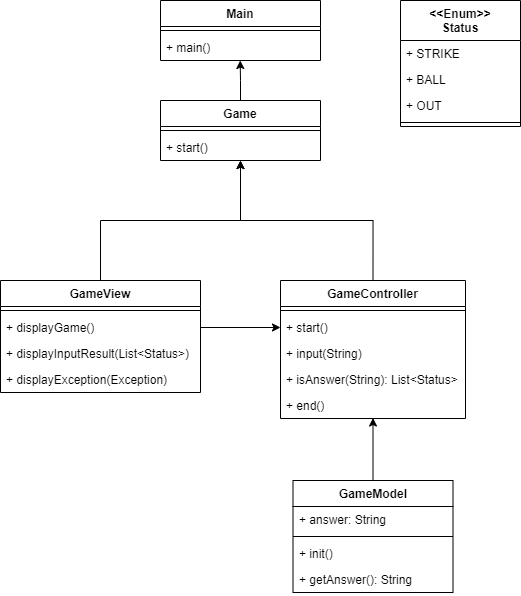
Hae-Dal/NumberBaseball keeps this draw.io diagram as read_me_img/lv1_class_diagram.png. Above is the earlier version. Source tidied: cells renumbered, new cells last; positions are measured from the earlier drawing's top-left corner, leaving out a move shared by most shapes. The source it was exported from:
```xml
<mxGraphModel>
  <root>
    <mxCell id="0" />
    <mxCell id="1" parent="0" />
    <mxCell id="2" value="Main" style="swimlane;fontStyle=1;align=center;verticalAlign=top;horizontal=1;startSize=26;whiteSpace=wrap;html=1;" parent="1" vertex="1">
      <mxGeometry x="160" width="160" height="60" as="geometry" />
    </mxCell>
    <mxCell id="3" style="line;strokeWidth=1;fillColor=none;align=left;verticalAlign=middle;spacingTop=-1;spacingLeft=3;spacingRight=3;labelPosition=right;strokeColor=inherit;" parent="2" vertex="1">
      <mxGeometry y="26" width="160" height="8" as="geometry" />
    </mxCell>
    <mxCell id="4" value="+ main()" style="text;strokeColor=none;fillColor=none;align=left;verticalAlign=top;spacingLeft=4;spacingRight=4;overflow=hidden;points=[[0,0.5],[1,0.5]];portConstraint=eastwest;whiteSpace=wrap;html=1;" parent="2" vertex="1">
      <mxGeometry y="34" width="160" height="26" as="geometry" />
    </mxCell>
    <mxCell id="5" value="Game" style="swimlane;fontStyle=1;align=center;verticalAlign=top;horizontal=1;startSize=26;whiteSpace=wrap;html=1;" parent="1" vertex="1">
      <mxGeometry x="160" y="100" width="160" height="60" as="geometry" />
    </mxCell>
    <mxCell id="6" style="line;strokeWidth=1;fillColor=none;align=left;verticalAlign=middle;spacingTop=-1;spacingLeft=3;spacingRight=3;labelPosition=right;strokeColor=inherit;" parent="5" vertex="1">
      <mxGeometry y="26" width="160" height="8" as="geometry" />
    </mxCell>
    <mxCell id="7" value="+ start()" style="text;strokeColor=none;fillColor=none;align=left;verticalAlign=top;spacingLeft=4;spacingRight=4;overflow=hidden;points=[[0,0.5],[1,0.5]];portConstraint=eastwest;whiteSpace=wrap;html=1;" parent="5" vertex="1">
      <mxGeometry y="34" width="160" height="26" as="geometry" />
    </mxCell>
    <mxCell id="8" style="edgeStyle=orthogonalEdgeStyle;rounded=0;jettySize=auto;html=1;entryX=0;entryY=0.5;entryDx=0;entryDy=0;exitX=1;exitY=0.5;exitDx=0;exitDy=0;" parent="1" edge="1" source="11" target="21">
      <mxGeometry relative="1" as="geometry" />
    </mxCell>
    <mxCell id="9" value="GameView" style="swimlane;fontStyle=1;align=center;verticalAlign=top;horizontal=1;startSize=26;whiteSpace=wrap;html=1;" parent="1" vertex="1">
      <mxGeometry y="280" width="200" height="112" as="geometry" />
    </mxCell>
    <mxCell id="10" style="line;strokeWidth=1;fillColor=none;align=left;verticalAlign=middle;spacingTop=-1;spacingLeft=3;spacingRight=3;labelPosition=right;strokeColor=inherit;" parent="9" vertex="1">
      <mxGeometry y="26" width="200" height="8" as="geometry" />
    </mxCell>
    <mxCell id="11" value="+ displayGame()" style="text;strokeColor=none;fillColor=none;align=left;verticalAlign=top;spacingLeft=4;spacingRight=4;overflow=hidden;points=[[0,0.5],[1,0.5]];portConstraint=eastwest;whiteSpace=wrap;html=1;" parent="9" vertex="1">
      <mxGeometry y="34" width="200" height="26" as="geometry" />
    </mxCell>
    <mxCell id="12" value="+ displayInputResult(List&amp;lt;Status&amp;gt;)" style="text;strokeColor=none;fillColor=none;align=left;verticalAlign=top;spacingLeft=4;spacingRight=4;overflow=hidden;whiteSpace=wrap;html=1;" parent="9" vertex="1">
      <mxGeometry y="60" width="200" height="26" as="geometry" />
    </mxCell>
    <mxCell id="13" value="+ displayException(Exception)" style="text;strokeColor=none;fillColor=none;align=left;verticalAlign=top;spacingLeft=4;spacingRight=4;overflow=hidden;whiteSpace=wrap;html=1;" parent="9" vertex="1">
      <mxGeometry y="86" width="200" height="26" as="geometry" />
    </mxCell>
    <mxCell id="14" value="GameModel" style="swimlane;fontStyle=1;align=center;verticalAlign=top;horizontal=1;startSize=26;whiteSpace=wrap;html=1;" parent="1" vertex="1">
      <mxGeometry x="292.5" y="480" width="160" height="112" as="geometry" />
    </mxCell>
    <mxCell id="15" value="+ answer: String" style="text;strokeColor=none;fillColor=none;align=left;verticalAlign=top;spacingLeft=4;spacingRight=4;overflow=hidden;whiteSpace=wrap;html=1;" parent="14" vertex="1">
      <mxGeometry y="26" width="160" height="26" as="geometry" />
    </mxCell>
    <mxCell id="16" style="line;strokeWidth=1;fillColor=none;align=left;verticalAlign=middle;spacingTop=-1;spacingLeft=3;spacingRight=3;labelPosition=right;strokeColor=inherit;" parent="14" vertex="1">
      <mxGeometry y="52" width="160" height="8" as="geometry" />
    </mxCell>
    <mxCell id="17" value="+ init()" style="text;strokeColor=none;fillColor=none;align=left;verticalAlign=top;spacingLeft=4;spacingRight=4;overflow=hidden;whiteSpace=wrap;html=1;" parent="14" vertex="1">
      <mxGeometry y="60" width="160" height="26" as="geometry" />
    </mxCell>
    <mxCell id="18" value="+ getAnswer(): String" style="text;strokeColor=none;fillColor=none;align=left;verticalAlign=top;spacingLeft=4;spacingRight=4;overflow=hidden;whiteSpace=wrap;html=1;" parent="14" vertex="1">
      <mxGeometry y="86" width="160" height="26" as="geometry" />
    </mxCell>
    <mxCell id="19" value="GameController" style="swimlane;fontStyle=1;align=center;verticalAlign=top;horizontal=1;startSize=26;whiteSpace=wrap;html=1;" parent="1" vertex="1">
      <mxGeometry x="280" y="280" width="185" height="138" as="geometry" />
    </mxCell>
    <mxCell id="20" style="line;strokeWidth=1;fillColor=none;align=left;verticalAlign=middle;spacingTop=-1;spacingLeft=3;spacingRight=3;labelPosition=right;strokeColor=inherit;" parent="19" vertex="1">
      <mxGeometry y="26" width="185" height="8" as="geometry" />
    </mxCell>
    <mxCell id="21" value="+ start()" style="text;strokeColor=none;fillColor=none;align=left;verticalAlign=top;spacingLeft=4;spacingRight=4;overflow=hidden;points=[[0,0.5],[1,0.5]];portConstraint=eastwest;whiteSpace=wrap;html=1;" parent="19" vertex="1">
      <mxGeometry y="34" width="185" height="26" as="geometry" />
    </mxCell>
    <mxCell id="22" value="+ input(String)" style="text;strokeColor=none;fillColor=none;align=left;verticalAlign=top;spacingLeft=4;spacingRight=4;overflow=hidden;whiteSpace=wrap;html=1;" parent="19" vertex="1">
      <mxGeometry y="60" width="185" height="26" as="geometry" />
    </mxCell>
    <mxCell id="23" value="+ isAnswer(String): List&amp;lt;Status&amp;gt;" style="text;strokeColor=none;fillColor=none;align=left;verticalAlign=top;spacingLeft=4;spacingRight=4;overflow=hidden;whiteSpace=wrap;html=1;" parent="19" vertex="1">
      <mxGeometry y="86" width="185" height="26" as="geometry" />
    </mxCell>
    <mxCell id="24" value="+ end()" style="text;strokeColor=none;fillColor=none;align=left;verticalAlign=top;spacingLeft=4;spacingRight=4;overflow=hidden;points=[[0,0.5],[1,0.5]];portConstraint=eastwest;whiteSpace=wrap;html=1;" parent="19" vertex="1">
      <mxGeometry y="112" width="185" height="26" as="geometry" />
    </mxCell>
    <mxCell id="25" value="&amp;lt;&amp;lt;Enum&amp;gt;&amp;gt;&lt;div&gt;Status&lt;/div&gt;" style="swimlane;fontStyle=1;align=center;verticalAlign=top;horizontal=1;startSize=40;whiteSpace=wrap;html=1;" parent="1" vertex="1">
      <mxGeometry x="400" width="120" height="126" as="geometry" />
    </mxCell>
    <mxCell id="26" value="+ STRIKE" style="text;strokeColor=none;fillColor=none;align=left;verticalAlign=top;spacingLeft=4;spacingRight=4;overflow=hidden;whiteSpace=wrap;html=1;" parent="25" vertex="1">
      <mxGeometry y="40" width="120" height="26" as="geometry" />
    </mxCell>
    <mxCell id="27" value="+ BALL" style="text;strokeColor=none;fillColor=none;align=left;verticalAlign=top;spacingLeft=4;spacingRight=4;overflow=hidden;whiteSpace=wrap;html=1;" parent="25" vertex="1">
      <mxGeometry y="66" width="120" height="26" as="geometry" />
    </mxCell>
    <mxCell id="28" value="+ OUT" style="text;strokeColor=none;fillColor=none;align=left;verticalAlign=top;spacingLeft=4;spacingRight=4;overflow=hidden;whiteSpace=wrap;html=1;" parent="25" vertex="1">
      <mxGeometry y="92" width="120" height="26" as="geometry" />
    </mxCell>
    <mxCell id="29" style="line;strokeWidth=1;fillColor=none;align=left;verticalAlign=middle;spacingTop=-1;spacingLeft=3;spacingRight=3;labelPosition=right;strokeColor=inherit;" parent="25" vertex="1">
      <mxGeometry y="118" width="120" height="8" as="geometry" />
    </mxCell>
    <mxCell id="30" style="edgeStyle=orthogonalEdgeStyle;rounded=0;jettySize=auto;html=1;exitX=0.5;exitY=0;exitDx=0;exitDy=0;entryX=0.5;entryY=1;entryDx=0;entryDy=0;" parent="1" edge="1" source="9" target="5">
      <mxGeometry relative="1" as="geometry" />
    </mxCell>
    <mxCell id="31" style="edgeStyle=orthogonalEdgeStyle;rounded=0;jettySize=auto;html=1;exitX=0.5;exitY=0;exitDx=0;exitDy=0;entryX=0.5;entryY=1.004;entryDx=0;entryDy=0;entryPerimeter=0;" parent="1" edge="1" source="19" target="7">
      <mxGeometry relative="1" as="geometry" />
    </mxCell>
    <mxCell id="32" style="edgeStyle=orthogonalEdgeStyle;rounded=0;jettySize=auto;html=1;exitX=0.5;exitY=0;exitDx=0;exitDy=0;entryX=0.5;entryY=0.982;entryDx=0;entryDy=0;entryPerimeter=0;" parent="1" edge="1" source="14" target="24">
      <mxGeometry relative="1" as="geometry" />
    </mxCell>
    <mxCell id="33" style="edgeStyle=orthogonalEdgeStyle;rounded=0;jettySize=auto;html=1;exitX=0.5;exitY=0;exitDx=0;exitDy=0;entryX=0.498;entryY=1;entryDx=0;entryDy=0;entryPerimeter=0;" parent="1" edge="1" source="5" target="4">
      <mxGeometry relative="1" as="geometry" />
    </mxCell>
  </root>
</mxGraphModel>
```
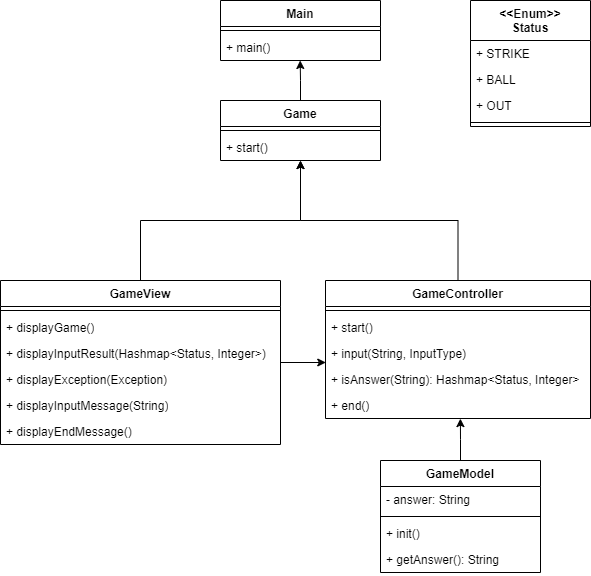
After the commit.

Commit message:
변경 : 클래스다이어그램 변경, 구현 현황 최신화

Diff of the diagram source:
```diff
@@ -3,47 +3,56 @@
     <mxCell id="0" />
     <mxCell id="1" parent="0" />
     <mxCell id="2" value="Main" style="swimlane;fontStyle=1;align=center;verticalAlign=top;horizontal=1;startSize=26;whiteSpace=wrap;html=1;" parent="1" vertex="1">
-      <mxGeometry x="160" width="160" height="60" as="geometry" />
+      <mxGeometry x="80" y="-10" width="160" height="60" as="geometry" />
     </mxCell>
-    <mxCell id="3" style="line;strokeWidth=1;fillColor=none;align=left;verticalAlign=middle;spacingTop=-1;spacingLeft=3;spacingRight=3;labelPosition=right;strokeColor=inherit;" parent="2" vertex="1">
-      <mxGeometry y="26" width="160" height="8" as="geometry" />
-    </mxCell>
+    <mxCell id="34" style="line;strokeWidth=1;fillColor=none;align=left;verticalAlign=middle;spacingTop=-1;spacingLeft=3;spacingRight=3;labelPosition=right;strokeColor=inherit;" parent="2" vertex="1">
+      <mxGeometry y="26" width="160" height="8" as="geometry" />
+    </mxCell>
     <mxCell id="4" value="+ main()" style="text;strokeColor=none;fillColor=none;align=left;verticalAlign=top;spacingLeft=4;spacingRight=4;overflow=hidden;points=[[0,0.5],[1,0.5]];portConstraint=eastwest;whiteSpace=wrap;html=1;" parent="2" vertex="1">
       <mxGeometry y="34" width="160" height="26" as="geometry" />
     </mxCell>
     <mxCell id="5" value="Game" style="swimlane;fontStyle=1;align=center;verticalAlign=top;horizontal=1;startSize=26;whiteSpace=wrap;html=1;" parent="1" vertex="1">
-      <mxGeometry x="160" y="100" width="160" height="60" as="geometry" />
+      <mxGeometry x="80" y="90" width="160" height="60" as="geometry" />
     </mxCell>
-    <mxCell id="6" style="line;strokeWidth=1;fillColor=none;align=left;verticalAlign=middle;spacingTop=-1;spacingLeft=3;spacingRight=3;labelPosition=right;strokeColor=inherit;" parent="5" vertex="1">
-      <mxGeometry y="26" width="160" height="8" as="geometry" />
-    </mxCell>
+    <mxCell id="35" style="line;strokeWidth=1;fillColor=none;align=left;verticalAlign=middle;spacingTop=-1;spacingLeft=3;spacingRight=3;labelPosition=right;strokeColor=inherit;" parent="5" vertex="1">
+      <mxGeometry y="26" width="160" height="8" as="geometry" />
+    </mxCell>
     <mxCell id="7" value="+ start()" style="text;strokeColor=none;fillColor=none;align=left;verticalAlign=top;spacingLeft=4;spacingRight=4;overflow=hidden;points=[[0,0.5],[1,0.5]];portConstraint=eastwest;whiteSpace=wrap;html=1;" parent="5" vertex="1">
       <mxGeometry y="34" width="160" height="26" as="geometry" />
     </mxCell>
-    <mxCell id="8" style="edgeStyle=orthogonalEdgeStyle;rounded=0;jettySize=auto;html=1;entryX=0;entryY=0.5;entryDx=0;entryDy=0;exitX=1;exitY=0.5;exitDx=0;exitDy=0;" parent="1" edge="1" source="11" target="21">
-      <mxGeometry relative="1" as="geometry" />
-    </mxCell>
+    <mxCell id="36" style="edgeStyle=orthogonalEdgeStyle;rounded=0;jettySize=auto;html=1;entryX=0.001;entryY=0.846;entryDx=0;entryDy=0;entryPerimeter=0;" parent="1" edge="1" source="9" target="43">
+      <mxGeometry relative="1" as="geometry" />
+    </mxCell>
     <mxCell id="9" value="GameView" style="swimlane;fontStyle=1;align=center;verticalAlign=top;horizontal=1;startSize=26;whiteSpace=wrap;html=1;" parent="1" vertex="1">
-      <mxGeometry y="280" width="200" height="112" as="geometry" />
+      <mxGeometry x="-140" y="270" width="280" height="164" as="geometry" />
     </mxCell>
-    <mxCell id="10" style="line;strokeWidth=1;fillColor=none;align=left;verticalAlign=middle;spacingTop=-1;spacingLeft=3;spacingRight=3;labelPosition=right;strokeColor=inherit;" parent="9" vertex="1">
-      <mxGeometry y="26" width="200" height="8" as="geometry" />
-    </mxCell>
+    <mxCell id="37" style="line;strokeWidth=1;fillColor=none;align=left;verticalAlign=middle;spacingTop=-1;spacingLeft=3;spacingRight=3;labelPosition=right;strokeColor=inherit;" parent="9" vertex="1">
+      <mxGeometry y="26" width="280" height="8" as="geometry" />
+    </mxCell>
     <mxCell id="11" value="+ displayGame()" style="text;strokeColor=none;fillColor=none;align=left;verticalAlign=top;spacingLeft=4;spacingRight=4;overflow=hidden;points=[[0,0.5],[1,0.5]];portConstraint=eastwest;whiteSpace=wrap;html=1;" parent="9" vertex="1">
-      <mxGeometry y="34" width="200" height="26" as="geometry" />
+      <mxGeometry y="34" width="280" height="26" as="geometry" />
     </mxCell>
-    <mxCell id="12" value="+ displayInputResult(List&amp;lt;Status&amp;gt;)" style="text;strokeColor=none;fillColor=none;align=left;verticalAlign=top;spacingLeft=4;spacingRight=4;overflow=hidden;whiteSpace=wrap;html=1;" parent="9" vertex="1">
-      <mxGeometry y="60" width="200" height="26" as="geometry" />
-    </mxCell>
+    <mxCell id="38" value="+ displayInputResult(Hashmap&amp;lt;Status, Integer&amp;gt;)" style="text;strokeColor=none;fillColor=none;align=left;verticalAlign=top;spacingLeft=4;spacingRight=4;overflow=hidden;whiteSpace=wrap;html=1;" parent="9" vertex="1">
+      <mxGeometry y="60" width="280" height="26" as="geometry" />
+    </mxCell>
     <mxCell id="13" value="+ displayException(Exception)" style="text;strokeColor=none;fillColor=none;align=left;verticalAlign=top;spacingLeft=4;spacingRight=4;overflow=hidden;whiteSpace=wrap;html=1;" parent="9" vertex="1">
-      <mxGeometry y="86" width="200" height="26" as="geometry" />
+      <mxGeometry y="86" width="280" height="26" as="geometry" />
     </mxCell>
+    <mxCell id="39" value="+ displayInputMessage(String)" style="text;strokeColor=none;fillColor=none;align=left;verticalAlign=top;spacingLeft=4;spacingRight=4;overflow=hidden;whiteSpace=wrap;html=1;" parent="9" vertex="1">
+      <mxGeometry y="112" width="280" height="26" as="geometry" />
+    </mxCell>
+    <mxCell id="40" value="+ displayEndMessage()" style="text;strokeColor=none;fillColor=none;align=left;verticalAlign=top;spacingLeft=4;spacingRight=4;overflow=hidden;whiteSpace=wrap;html=1;" parent="9" vertex="1">
+      <mxGeometry y="138" width="280" height="26" as="geometry" />
+    </mxCell>
+    <mxCell id="32" style="edgeStyle=orthogonalEdgeStyle;rounded=0;jettySize=auto;html=1;entryX=0.509;entryY=1.004;entryDx=0;entryDy=0;entryPerimeter=0;" parent="1" edge="1" source="14" target="24">
+      <mxGeometry relative="1" as="geometry" />
+    </mxCell>
     <mxCell id="14" value="GameModel" style="swimlane;fontStyle=1;align=center;verticalAlign=top;horizontal=1;startSize=26;whiteSpace=wrap;html=1;" parent="1" vertex="1">
-      <mxGeometry x="292.5" y="480" width="160" height="112" as="geometry" />
+      <mxGeometry x="240" y="450" width="160" height="112" as="geometry" />
     </mxCell>
-    <mxCell id="15" value="+ answer: String" style="text;strokeColor=none;fillColor=none;align=left;verticalAlign=top;spacingLeft=4;spacingRight=4;overflow=hidden;whiteSpace=wrap;html=1;" parent="14" vertex="1">
-      <mxGeometry y="26" width="160" height="26" as="geometry" />
-    </mxCell>
+    <mxCell id="41" value="- answer: String" style="text;strokeColor=none;fillColor=none;align=left;verticalAlign=top;spacingLeft=4;spacingRight=4;overflow=hidden;whiteSpace=wrap;html=1;" parent="14" vertex="1">
+      <mxGeometry y="26" width="160" height="26" as="geometry" />
+    </mxCell>
     <mxCell id="16" style="line;strokeWidth=1;fillColor=none;align=left;verticalAlign=middle;spacingTop=-1;spacingLeft=3;spacingRight=3;labelPosition=right;strokeColor=inherit;" parent="14" vertex="1">
       <mxGeometry y="52" width="160" height="8" as="geometry" />
     </mxCell>
@@ -54,25 +63,25 @@
       <mxGeometry y="86" width="160" height="26" as="geometry" />
     </mxCell>
     <mxCell id="19" value="GameController" style="swimlane;fontStyle=1;align=center;verticalAlign=top;horizontal=1;startSize=26;whiteSpace=wrap;html=1;" parent="1" vertex="1">
-      <mxGeometry x="280" y="280" width="185" height="138" as="geometry" />
+      <mxGeometry x="185" y="270" width="265" height="138" as="geometry" />
     </mxCell>
-    <mxCell id="20" style="line;strokeWidth=1;fillColor=none;align=left;verticalAlign=middle;spacingTop=-1;spacingLeft=3;spacingRight=3;labelPosition=right;strokeColor=inherit;" parent="19" vertex="1">
-      <mxGeometry y="26" width="185" height="8" as="geometry" />
-    </mxCell>
+    <mxCell id="42" style="line;strokeWidth=1;fillColor=none;align=left;verticalAlign=middle;spacingTop=-1;spacingLeft=3;spacingRight=3;labelPosition=right;strokeColor=inherit;" parent="19" vertex="1">
+      <mxGeometry y="26" width="265" height="8" as="geometry" />
+    </mxCell>
     <mxCell id="21" value="+ start()" style="text;strokeColor=none;fillColor=none;align=left;verticalAlign=top;spacingLeft=4;spacingRight=4;overflow=hidden;points=[[0,0.5],[1,0.5]];portConstraint=eastwest;whiteSpace=wrap;html=1;" parent="19" vertex="1">
-      <mxGeometry y="34" width="185" height="26" as="geometry" />
+      <mxGeometry y="34" width="265" height="26" as="geometry" />
     </mxCell>
-    <mxCell id="22" value="+ input(String)" style="text;strokeColor=none;fillColor=none;align=left;verticalAlign=top;spacingLeft=4;spacingRight=4;overflow=hidden;whiteSpace=wrap;html=1;" parent="19" vertex="1">
-      <mxGeometry y="60" width="185" height="26" as="geometry" />
-    </mxCell>
-    <mxCell id="23" value="+ isAnswer(String): List&amp;lt;Status&amp;gt;" style="text;strokeColor=none;fillColor=none;align=left;verticalAlign=top;spacingLeft=4;spacingRight=4;overflow=hidden;whiteSpace=wrap;html=1;" parent="19" vertex="1">
-      <mxGeometry y="86" width="185" height="26" as="geometry" />
-    </mxCell>
+    <mxCell id="43" value="+ input(String, InputType)" style="text;strokeColor=none;fillColor=none;align=left;verticalAlign=top;spacingLeft=4;spacingRight=4;overflow=hidden;points=[[0,0.5],[1,0.5]];portConstraint=eastwest;whiteSpace=wrap;html=1;" parent="19" vertex="1">
+      <mxGeometry y="60" width="265" height="26" as="geometry" />
+    </mxCell>
+    <mxCell id="44" value="+ isAnswer(String): Hashmap&amp;lt;Status, Integer&amp;gt;" style="text;strokeColor=none;fillColor=none;align=left;verticalAlign=top;spacingLeft=4;spacingRight=4;overflow=hidden;whiteSpace=wrap;html=1;" parent="19" vertex="1">
+      <mxGeometry y="86" width="265" height="26" as="geometry" />
+    </mxCell>
     <mxCell id="24" value="+ end()" style="text;strokeColor=none;fillColor=none;align=left;verticalAlign=top;spacingLeft=4;spacingRight=4;overflow=hidden;points=[[0,0.5],[1,0.5]];portConstraint=eastwest;whiteSpace=wrap;html=1;" parent="19" vertex="1">
-      <mxGeometry y="112" width="185" height="26" as="geometry" />
+      <mxGeometry y="112" width="265" height="26" as="geometry" />
     </mxCell>
     <mxCell id="25" value="&amp;lt;&amp;lt;Enum&amp;gt;&amp;gt;&lt;div&gt;Status&lt;/div&gt;" style="swimlane;fontStyle=1;align=center;verticalAlign=top;horizontal=1;startSize=40;whiteSpace=wrap;html=1;" parent="1" vertex="1">
-      <mxGeometry x="400" width="120" height="126" as="geometry" />
+      <mxGeometry x="330" y="-10" width="120" height="126" as="geometry" />
     </mxCell>
     <mxCell id="26" value="+ STRIKE" style="text;strokeColor=none;fillColor=none;align=left;verticalAlign=top;spacingLeft=4;spacingRight=4;overflow=hidden;whiteSpace=wrap;html=1;" parent="25" vertex="1">
       <mxGeometry y="40" width="120" height="26" as="geometry" />
@@ -92,9 +101,6 @@
     <mxCell id="31" style="edgeStyle=orthogonalEdgeStyle;rounded=0;jettySize=auto;html=1;exitX=0.5;exitY=0;exitDx=0;exitDy=0;entryX=0.5;entryY=1.004;entryDx=0;entryDy=0;entryPerimeter=0;" parent="1" edge="1" source="19" target="7">
       <mxGeometry relative="1" as="geometry" />
     </mxCell>
-    <mxCell id="32" style="edgeStyle=orthogonalEdgeStyle;rounded=0;jettySize=auto;html=1;exitX=0.5;exitY=0;exitDx=0;exitDy=0;entryX=0.5;entryY=0.982;entryDx=0;entryDy=0;entryPerimeter=0;" parent="1" edge="1" source="14" target="24">
-      <mxGeometry relative="1" as="geometry" />
-    </mxCell>
     <mxCell id="33" style="edgeStyle=orthogonalEdgeStyle;rounded=0;jettySize=auto;html=1;exitX=0.5;exitY=0;exitDx=0;exitDy=0;entryX=0.498;entryY=1;entryDx=0;entryDy=0;entryPerimeter=0;" parent="1" edge="1" source="5" target="4">
       <mxGeometry relative="1" as="geometry" />
     </mxCell>
```
